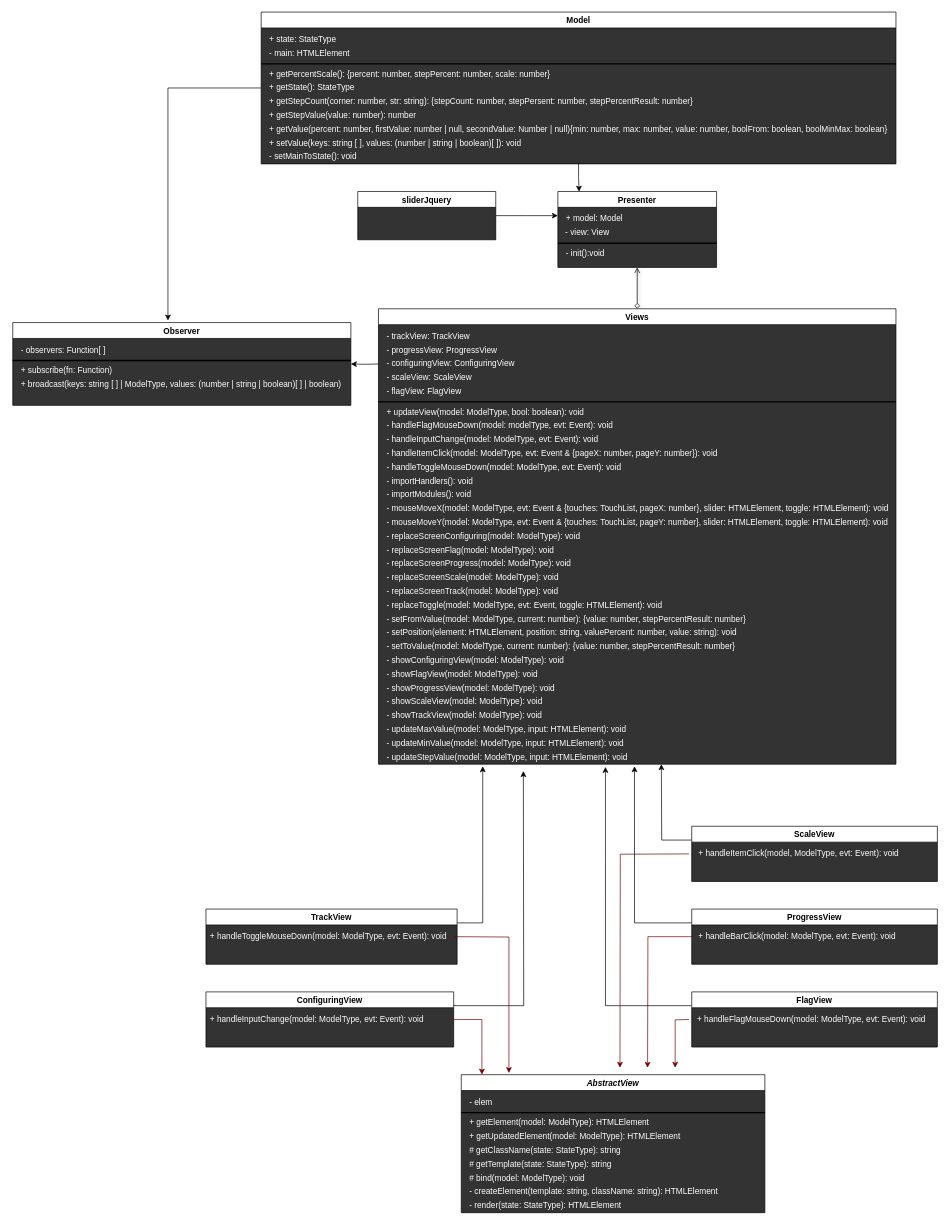
webproject67/Slider keeps this draw.io diagram as UML.drawio. Above is the earlier version. Source tidied: cells renumbered, new cells numbered last; positions are measured from the earlier drawing's top-left corner, leaving out a move shared by most shapes. Both pictures are drawn from the tidied source at 69%, with x=0, y=0 at pixel (12, 12).
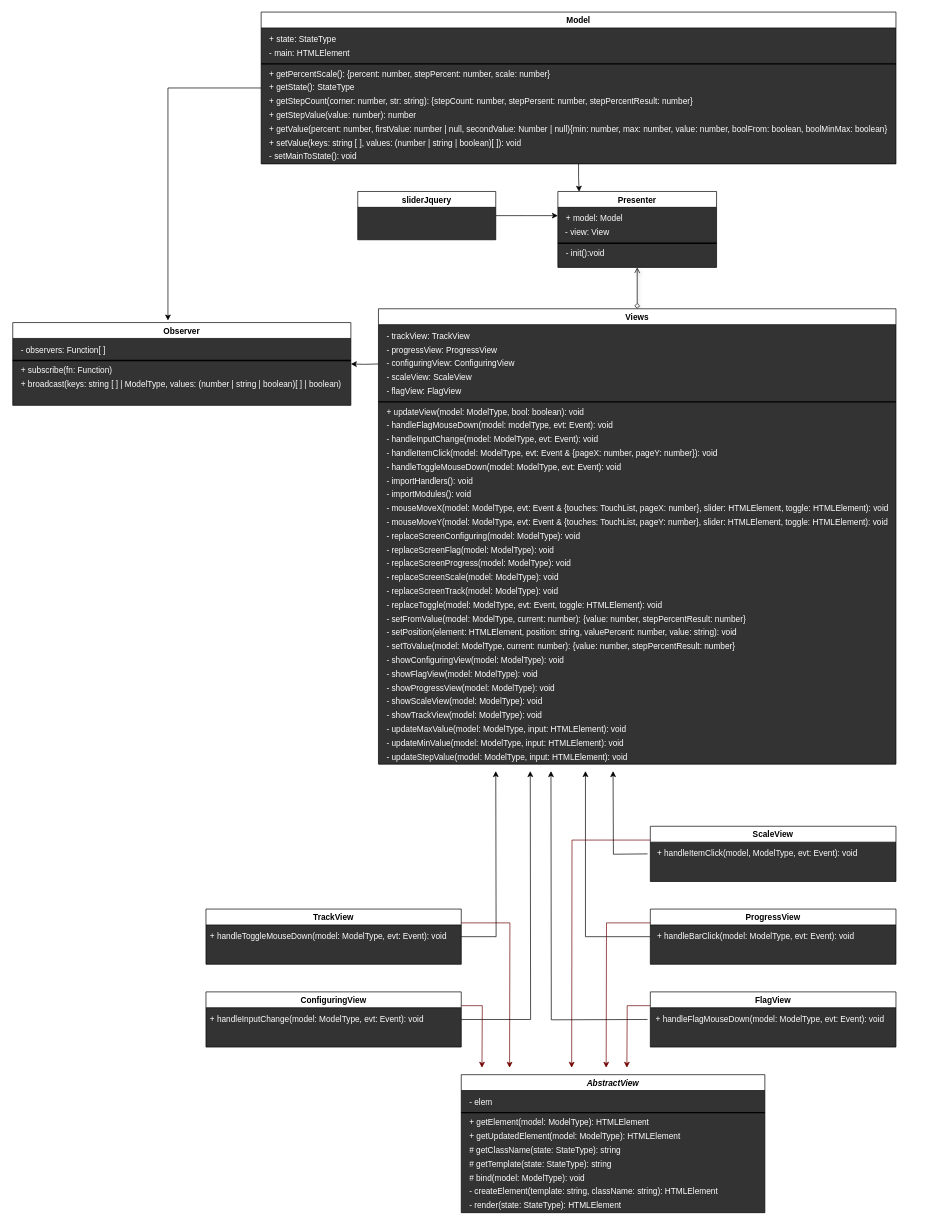
The same diagram, later.

The change refers to these unchanged cells:
```xml
<mxCell id="8" value="AbstractView" style="swimlane;fontStyle=3;swimlaneFillColor=#333333;" parent="1" vertex="1">
  <mxGeometry x="650" y="1540" width="440" height="200" as="geometry" />
</mxCell>
<mxCell id="51" value="&lt;div style=&quot;line-height: 19px&quot;&gt;&lt;font style=&quot;font-size: 12px&quot; color=&quot;#ffffff&quot;&gt;- updateStepValue(model: ModelType, input: HTMLElement): void&lt;/font&gt;&lt;/div&gt;" style="text;html=1;align=left;verticalAlign=middle;points=[];" parent="22" vertex="1">
  <mxGeometry x="10" y="640" width="360" height="20" as="geometry" />
</mxCell>
```

Change to the diagram source:
```diff
@@
-    <mxCell id="18" style="edgeStyle=orthogonalEdgeStyle;rounded=0;jettySize=auto;html=1;exitX=1;exitY=0.25;exitDx=0;exitDy=0;entryX=0.392;entryY=1.15;entryDx=0;entryDy=0;entryPerimeter=0;" parent="1" edge="1" source="19" target="51">
-      <mxGeometry relative="1" as="geometry" />
-    </mxCell>
+    <mxCell id="99" style="edgeStyle=orthogonalEdgeStyle;rounded=0;jettySize=auto;html=1;exitX=1;exitY=0.25;exitDx=0;exitDy=0;startArrow=none;startFill=0;endArrow=classic;endFill=1;targetPerimeterSpacing=1;fillColor=#a20025;strokeColor=#6F0000;" parent="1" edge="1" source="19">
+      <mxGeometry relative="1" as="geometry">
+        <mxPoint x="720" y="1530" as="targetPoint" />
+      </mxGeometry>
+    </mxCell>
     <mxCell id="19" value="TrackView" style="swimlane;swimlaneFillColor=#333333;" parent="1" vertex="1">
-      <mxGeometry x="280" y="1300" width="364" height="80" as="geometry" />
+      <mxGeometry x="280" y="1300" width="370" height="80" as="geometry" />
     </mxCell>
@@
-    <mxCell id="55" style="edgeStyle=orthogonalEdgeStyle;rounded=0;jettySize=auto;html=1;exitX=1;exitY=0.5;exitDx=0;exitDy=0;entryX=0.068;entryY=0;entryDx=0;entryDy=0;entryPerimeter=0;fillColor=#a20025;strokeColor=#6F0000;" parent="1" edge="1" source="57" target="8">
-      <mxGeometry relative="1" as="geometry" />
-    </mxCell>
-    <mxCell id="56" style="edgeStyle=orthogonalEdgeStyle;rounded=0;jettySize=auto;html=1;exitX=1;exitY=0.25;exitDx=0;exitDy=0;" parent="1" edge="1" source="57">
-      <mxGeometry relative="1" as="geometry">
-        <mxPoint x="740" y="1100" as="targetPoint" />
-      </mxGeometry>
-    </mxCell>
+    <mxCell id="100" style="edgeStyle=orthogonalEdgeStyle;rounded=0;jettySize=auto;html=1;exitX=1;exitY=0.5;exitDx=0;exitDy=0;startArrow=none;startFill=0;endArrow=classic;endFill=1;targetPerimeterSpacing=1;" parent="1" edge="1" source="57">
+      <mxGeometry relative="1" as="geometry">
+        <mxPoint x="750" y="1100" as="targetPoint" />
+      </mxGeometry>
+    </mxCell>
+    <mxCell id="101" style="edgeStyle=orthogonalEdgeStyle;rounded=0;jettySize=auto;html=1;exitX=1;exitY=0.25;exitDx=0;exitDy=0;startArrow=none;startFill=0;endArrow=classic;endFill=1;targetPerimeterSpacing=1;fillColor=#a20025;strokeColor=#6F0000;" parent="1" edge="1" source="57">
+      <mxGeometry relative="1" as="geometry">
+        <mxPoint x="680" y="1530" as="targetPoint" />
+      </mxGeometry>
+    </mxCell>
     <mxCell id="57" value="ConfiguringView" style="swimlane;swimlaneFillColor=#333333;" parent="1" vertex="1">
-      <mxGeometry x="280" y="1420" width="359" height="80" as="geometry" />
+      <mxGeometry x="280" y="1420" width="370" height="80" as="geometry" />
     </mxCell>
@@
-    <mxCell id="60" style="edgeStyle=orthogonalEdgeStyle;rounded=0;jettySize=auto;html=1;exitX=0;exitY=0.5;exitDx=0;exitDy=0;fillColor=#a20025;strokeColor=#6F0000;" parent="1" edge="1" source="62">
-      <mxGeometry relative="1" as="geometry">
-        <mxPoint x="920" y="1530" as="targetPoint" />
-      </mxGeometry>
-    </mxCell>
-    <mxCell id="61" style="edgeStyle=orthogonalEdgeStyle;rounded=0;jettySize=auto;html=1;exitX=0;exitY=0.25;exitDx=0;exitDy=0;entryX=1.003;entryY=1.15;entryDx=0;entryDy=0;entryPerimeter=0;" parent="1" edge="1" source="62" target="51">
-      <mxGeometry relative="1" as="geometry" />
-    </mxCell>
+    <mxCell id="102" style="edgeStyle=orthogonalEdgeStyle;rounded=0;jettySize=auto;html=1;startArrow=none;startFill=0;endArrow=classic;endFill=1;targetPerimeterSpacing=1;" parent="1" edge="1" source="62">
+      <mxGeometry relative="1" as="geometry">
+        <mxPoint x="830" y="1100" as="targetPoint" />
+        <Array as="points">
+          <mxPoint x="830" y="1340" />
+          <mxPoint x="830" y="1100" />
+        </Array>
+      </mxGeometry>
+    </mxCell>
+    <mxCell id="103" style="edgeStyle=orthogonalEdgeStyle;rounded=0;jettySize=auto;html=1;exitX=0;exitY=0.25;exitDx=0;exitDy=0;startArrow=none;startFill=0;endArrow=classic;endFill=1;targetPerimeterSpacing=1;fillColor=#a20025;strokeColor=#6F0000;" parent="1" edge="1" source="62">
+      <mxGeometry relative="1" as="geometry">
+        <mxPoint x="860" y="1530" as="targetPoint" />
+      </mxGeometry>
+    </mxCell>
     <mxCell id="62" value="ProgressView" style="swimlane;swimlaneFillColor=#333333;startSize=23;" parent="1" vertex="1">
-      <mxGeometry x="984" y="1300" width="356" height="80" as="geometry" />
+      <mxGeometry x="924" y="1300" width="356" height="80" as="geometry" />
     </mxCell>
@@
-    <mxCell id="66" style="edgeStyle=orthogonalEdgeStyle;rounded=0;jettySize=auto;html=1;exitX=0;exitY=0.25;exitDx=0;exitDy=0;entryX=0.886;entryY=1.2;entryDx=0;entryDy=0;entryPerimeter=0;" parent="1" edge="1" source="67" target="51">
-      <mxGeometry relative="1" as="geometry" />
-    </mxCell>
+    <mxCell id="104" style="edgeStyle=orthogonalEdgeStyle;rounded=0;jettySize=auto;html=1;exitX=0;exitY=0.25;exitDx=0;exitDy=0;startArrow=none;startFill=0;endArrow=classic;endFill=1;targetPerimeterSpacing=1;fillColor=#a20025;strokeColor=#6F0000;" parent="1" edge="1" source="67">
+      <mxGeometry relative="1" as="geometry">
+        <mxPoint x="890" y="1530" as="targetPoint" />
+      </mxGeometry>
+    </mxCell>
     <mxCell id="67" value="FlagView" style="swimlane;swimlaneFillColor=#333333;" parent="1" vertex="1">
-      <mxGeometry x="984" y="1420" width="356" height="80" as="geometry" />
+      <mxGeometry x="924" y="1420" width="356" height="80" as="geometry" />
     </mxCell>
@@
-    <mxCell id="72" style="edgeStyle=orthogonalEdgeStyle;rounded=0;jettySize=auto;html=1;exitX=0;exitY=0.25;exitDx=0;exitDy=0;" parent="1" edge="1" source="73">
-      <mxGeometry relative="1" as="geometry">
-        <mxPoint x="940" y="1090" as="targetPoint" />
-      </mxGeometry>
-    </mxCell>
+    <mxCell id="105" style="edgeStyle=orthogonalEdgeStyle;rounded=0;jettySize=auto;html=1;exitX=0;exitY=0.25;exitDx=0;exitDy=0;startArrow=none;startFill=0;endArrow=classic;endFill=1;targetPerimeterSpacing=1;fillColor=#a20025;strokeColor=#6F0000;" parent="1" edge="1" source="73">
+      <mxGeometry relative="1" as="geometry">
+        <mxPoint x="810" y="1530" as="targetPoint" />
+      </mxGeometry>
+    </mxCell>
     <mxCell id="73" value="ScaleView" style="swimlane;swimlaneFillColor=#333333;startSize=23;" parent="1" vertex="1">
-      <mxGeometry x="984" y="1180" width="356" height="80" as="geometry" />
+      <mxGeometry x="924" y="1180" width="356" height="80" as="geometry" />
     </mxCell>
@@
-    <mxCell id="77" style="edgeStyle=orthogonalEdgeStyle;rounded=0;jettySize=auto;html=1;entryX=0.157;entryY=-0.012;entryDx=0;entryDy=0;entryPerimeter=0;fillColor=#a20025;strokeColor=#6F0000;" parent="1" edge="1" target="8">
-      <mxGeometry relative="1" as="geometry">
-        <mxPoint x="640" y="1340" as="sourcePoint" />
-      </mxGeometry>
-    </mxCell>
@@
-    <mxCell id="97" style="edgeStyle=orthogonalEdgeStyle;rounded=0;orthogonalLoop=1;jettySize=auto;html=1;fillColor=#a20025;strokeColor=#6F0000;" parent="1" edge="1">
-      <mxGeometry relative="1" as="geometry">
-        <mxPoint x="980" y="1460" as="sourcePoint" />
-        <mxPoint x="960" y="1530" as="targetPoint" />
-      </mxGeometry>
-    </mxCell>
-    <mxCell id="98" style="edgeStyle=orthogonalEdgeStyle;rounded=0;orthogonalLoop=1;jettySize=auto;html=1;fillColor=#a20025;strokeColor=#6F0000;" parent="1" edge="1">
-      <mxGeometry relative="1" as="geometry">
-        <mxPoint x="980" y="1220" as="sourcePoint" />
-        <mxPoint x="880" y="1530" as="targetPoint" />
-      </mxGeometry>
-    </mxCell>
+    <mxCell id="106" style="edgeStyle=orthogonalEdgeStyle;rounded=0;jettySize=auto;html=1;exitX=1;exitY=0.5;exitDx=0;exitDy=0;" parent="1" edge="1" source="19">
+      <mxGeometry relative="1" as="geometry">
+        <mxPoint x="700" y="1100" as="targetPoint" />
+      </mxGeometry>
+    </mxCell>
+    <mxCell id="107" style="edgeStyle=orthogonalEdgeStyle;rounded=0;orthogonalLoop=1;jettySize=auto;html=1;startArrow=none;startFill=0;endArrow=classic;endFill=1;targetPerimeterSpacing=1;" parent="1" edge="1">
+      <mxGeometry relative="1" as="geometry">
+        <mxPoint x="920" y="1220" as="sourcePoint" />
+        <mxPoint x="870" y="1100" as="targetPoint" />
+      </mxGeometry>
+    </mxCell>
+    <mxCell id="108" style="edgeStyle=orthogonalEdgeStyle;rounded=0;orthogonalLoop=1;jettySize=auto;html=1;startArrow=none;startFill=0;endArrow=classic;endFill=1;targetPerimeterSpacing=1;" parent="1" edge="1">
+      <mxGeometry relative="1" as="geometry">
+        <mxPoint x="920" y="1460" as="sourcePoint" />
+        <mxPoint x="780" y="1100" as="targetPoint" />
+      </mxGeometry>
+    </mxCell>
```
